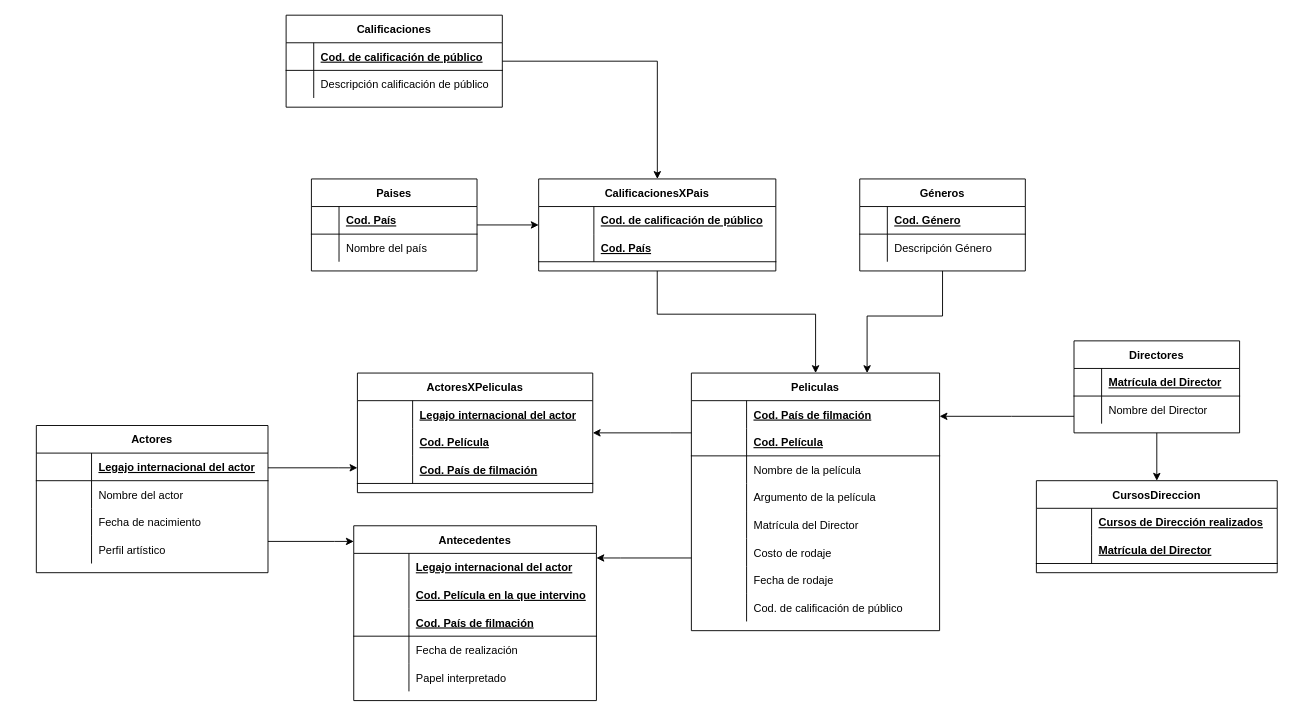
Earlier version of the draw.io diagram TPIII_Peliculas/2FN_Peliculas_Puyelli.drawio (FedericoRocca/DyADDBB_1erCuatrimestre_2021). Source tidied: cells renumbered, new cells numbered last; positions are measured from the earlier drawing's top-left corner, leaving out a move shared by most shapes. Both pictures are drawn from the tidied source at 92%, with x=0, y=0 at pixel (36, 15).
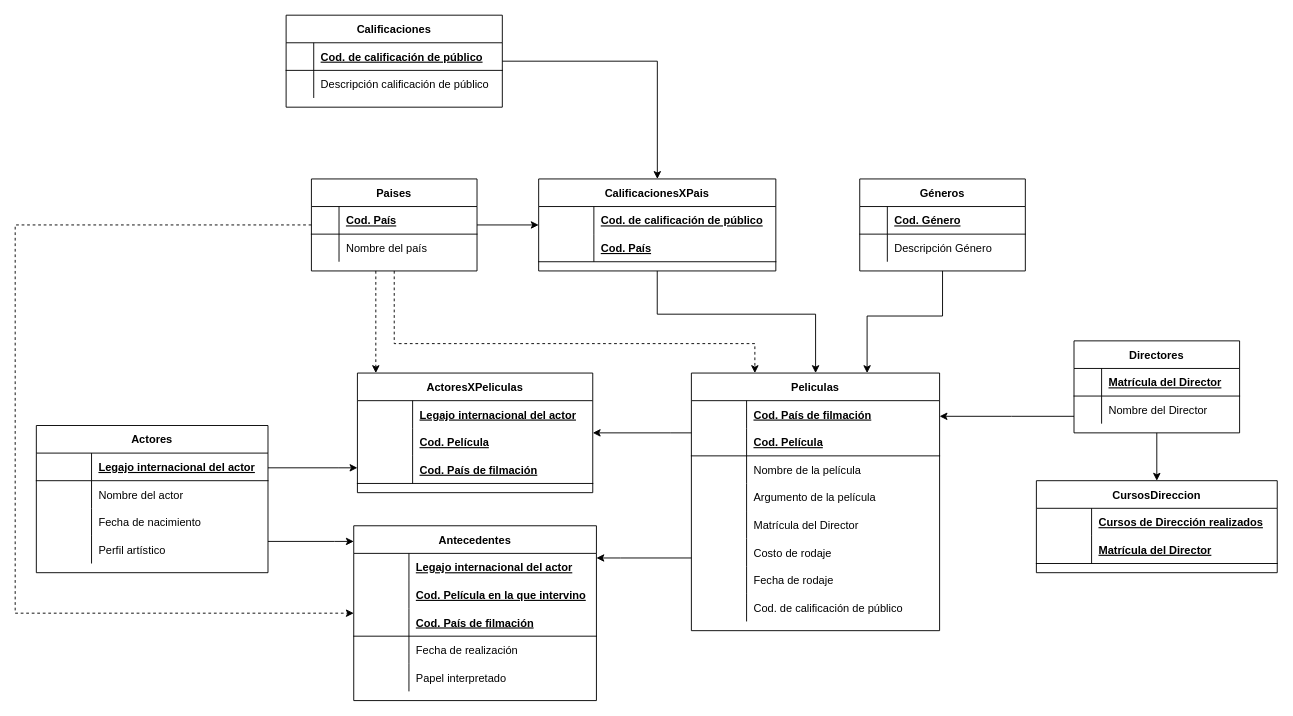
Above is the later version.

Unchanged cells that the change refers to:
```xml
<mxCell id="4" value="Peliculas" style="shape=table;startSize=30;childLayout=tableLayout;rowLines=0;fontStyle=1;align=center;" parent="1" vertex="1">
  <mxGeometry x="712" y="389" width="269.8" height="280" as="geometry" />
</mxCell>
<mxCell id="51" value="Antecedentes" style="shape=table;startSize=30;childLayout=tableLayout;rowLines=0;fontStyle=1;align=center;" parent="1" vertex="1">
  <mxGeometry x="345" y="555" width="263.8" height="190" as="geometry" />
</mxCell>
<mxCell id="68" value="Paises" style="shape=table;startSize=30;childLayout=tableLayout;rowLines=0;fontStyle=1;align=center;" parent="1" vertex="1">
  <mxGeometry x="299" y="178" width="180" height="100" as="geometry" />
</mxCell>
<mxCell id="108" value="ActoresXPeliculas" style="shape=table;startSize=30;childLayout=tableLayout;rowLines=0;fontStyle=1;align=center;" parent="1" vertex="1">
  <mxGeometry x="349" y="389" width="255.8" height="130" as="geometry" />
</mxCell>
```

Change to the diagram source:
```diff
@@
+    <mxCell id="118" style="edgeStyle=orthogonalEdgeStyle;rounded=0;jettySize=auto;html=1;dashed=1;" parent="1" edge="1" source="68" target="4">
+      <mxGeometry relative="1" as="geometry">
+        <Array as="points">
+          <mxPoint x="389" y="357" />
+          <mxPoint x="781" y="357" />
+        </Array>
+      </mxGeometry>
+    </mxCell>
+    <mxCell id="119" style="edgeStyle=orthogonalEdgeStyle;rounded=0;jettySize=auto;html=1;dashed=1;" parent="1" edge="1" source="68" target="108">
+      <mxGeometry relative="1" as="geometry">
+        <Array as="points">
+          <mxPoint x="369" y="307" />
+          <mxPoint x="369" y="307" />
+        </Array>
+      </mxGeometry>
+    </mxCell>
+    <mxCell id="120" style="edgeStyle=orthogonalEdgeStyle;rounded=0;jettySize=auto;html=1;dashed=1;" parent="1" edge="1" source="68" target="51">
+      <mxGeometry relative="1" as="geometry">
+        <Array as="points">
+          <mxPoint x="-23" y="228" />
+          <mxPoint x="-23" y="650" />
+        </Array>
+      </mxGeometry>
+    </mxCell>
```
